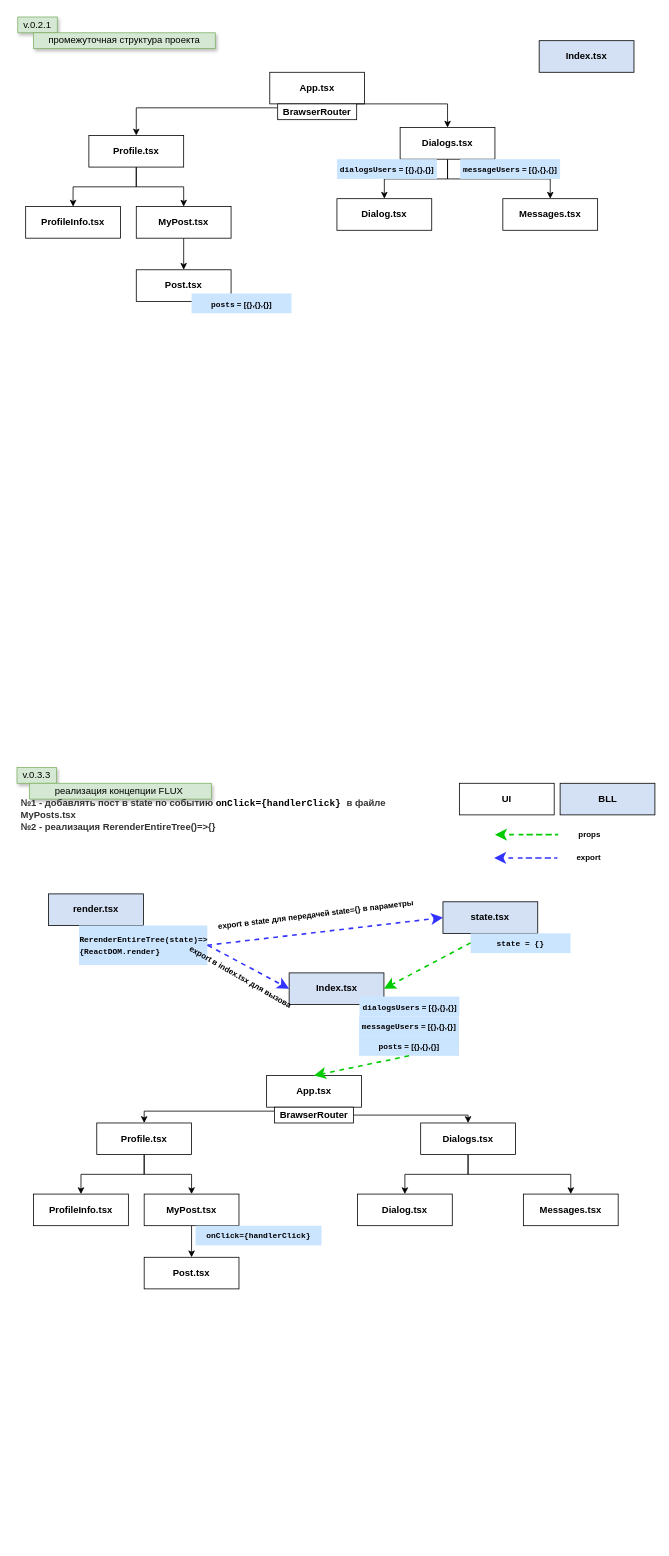
This is Untitled Diagram.drawio from AndrosovMA/Social_network, a draw.io file, before an edit. Source tidied: cells renumbered, new cells numbered last; positions are measured from the earlier drawing's top-left corner, leaving out a move shared by most shapes. Both pictures are drawn from the tidied source at 79%, with x=0, y=0 at pixel (17, 17).
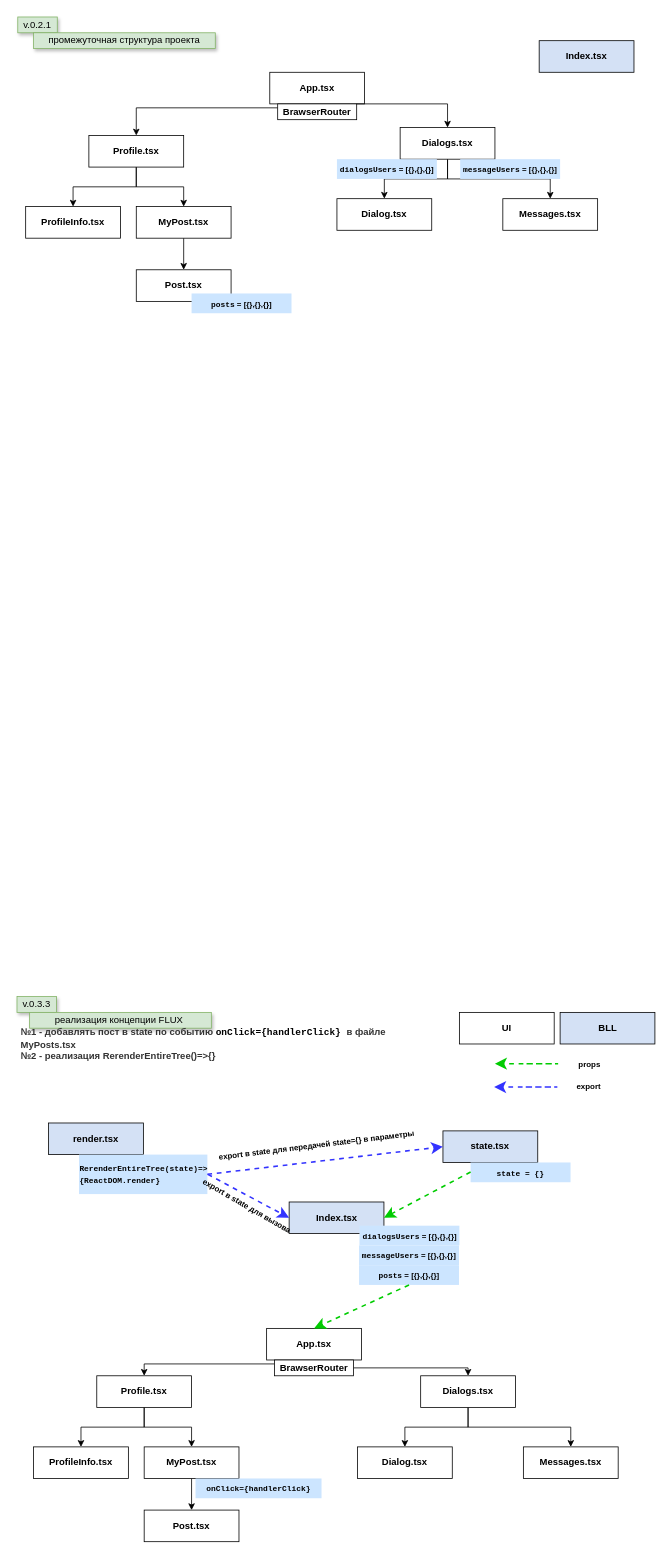
The same diagram, later.

The edit, as a diff of the source:
```diff
@@
     <mxCell id="24" value="v.0.3.3" style="text;html=1;strokeColor=#82b366;fillColor=#d5e8d4;align=center;verticalAlign=middle;whiteSpace=wrap;rounded=0;glass=0;shadow=1;" parent="1" vertex="1">
-      <mxGeometry y="950" width="50" height="20" as="geometry" />
+      <mxGeometry y="1240" width="50" height="20" as="geometry" />
     </mxCell>
     <mxCell id="25" value="реализация концепции FLUX&amp;nbsp;" style="text;html=1;strokeColor=#82b366;fillColor=#D5E8D4;align=center;verticalAlign=middle;whiteSpace=wrap;rounded=0;glass=0;shadow=1;" parent="1" vertex="1">
-      <mxGeometry x="16" y="970" width="230" height="20" as="geometry" />
+      <mxGeometry x="16" y="1260" width="230" height="20" as="geometry" />
     </mxCell>
     <mxCell id="26" value="&lt;b&gt;App.tsx&lt;/b&gt;" style="rounded=0;whiteSpace=wrap;html=1;fillColor=#FFFFFF;" parent="1" vertex="1">
-      <mxGeometry x="316" y="1340" width="120" height="40" as="geometry" />
+      <mxGeometry x="316" y="1660" width="120" height="40" as="geometry" />
     </mxCell>
@@
     <mxCell id="29" value="&lt;b&gt;Profile.tsx&lt;/b&gt;" style="rounded=0;whiteSpace=wrap;html=1;fillColor=#FFFFFF;" parent="1" vertex="1">
-      <mxGeometry x="101" y="1400" width="120" height="40" as="geometry" />
+      <mxGeometry x="101" y="1720" width="120" height="40" as="geometry" />
     </mxCell>
@@
     <mxCell id="32" value="&lt;b&gt;Dialogs.tsx&lt;/b&gt;" style="rounded=0;whiteSpace=wrap;html=1;fillColor=#FFFFFF;" parent="1" vertex="1">
-      <mxGeometry x="511" y="1400" width="120" height="40" as="geometry" />
+      <mxGeometry x="511" y="1720" width="120" height="40" as="geometry" />
     </mxCell>
     <mxCell id="33" style="edgeStyle=orthogonalEdgeStyle;rounded=0;jettySize=auto;html=1;exitX=0;exitY=0.25;exitDx=0;exitDy=0;entryX=0.5;entryY=0;entryDx=0;entryDy=0;fontSize=10;fontColor=#000000;" parent="1" edge="1" source="35" target="29">
       <mxGeometry relative="1" as="geometry">
         <Array as="points">
-          <mxPoint x="161" y="1385" />
+          <mxPoint x="161" y="1705" />
         </Array>
       </mxGeometry>
     </mxCell>
     <mxCell id="34" style="edgeStyle=orthogonalEdgeStyle;rounded=0;jettySize=auto;html=1;exitX=1;exitY=0.5;exitDx=0;exitDy=0;entryX=0.5;entryY=0;entryDx=0;entryDy=0;fontSize=10;fontColor=#000000;" parent="1" edge="1" source="35" target="32">
       <mxGeometry relative="1" as="geometry">
         <Array as="points">
-          <mxPoint x="571" y="1390" />
+          <mxPoint x="571" y="1710" />
         </Array>
       </mxGeometry>
     </mxCell>
     <mxCell id="35" value="&lt;b&gt;BrawserRouter&lt;/b&gt;" style="rounded=0;whiteSpace=wrap;html=1;fillColor=#FFFFFF;" parent="1" vertex="1">
-      <mxGeometry x="326" y="1380" width="100" height="20" as="geometry" />
+      <mxGeometry x="326" y="1700" width="100" height="20" as="geometry" />
     </mxCell>
     <mxCell id="36" value="&lt;b&gt;Index.tsx&lt;/b&gt;" style="rounded=0;whiteSpace=wrap;html=1;fillColor=#D4E1F5;shadow=0;strokeColor=#000000;" parent="1" vertex="1">
-      <mxGeometry x="344.5" y="1210" width="120" height="40" as="geometry" />
+      <mxGeometry x="344.5" y="1500" width="120" height="40" as="geometry" />
     </mxCell>
     <mxCell id="37" value="&lt;b&gt;ProfileInfo.tsx&lt;/b&gt;" style="rounded=0;whiteSpace=wrap;html=1;fillColor=#FFFFFF;" parent="1" vertex="1">
-      <mxGeometry x="21" y="1490" width="120" height="40" as="geometry" />
+      <mxGeometry x="21" y="1810" width="120" height="40" as="geometry" />
     </mxCell>
@@
     <mxCell id="39" value="&lt;b&gt;MyPost.tsx&lt;/b&gt;" style="rounded=0;whiteSpace=wrap;html=1;fillColor=#FFFFFF;" parent="1" vertex="1">
-      <mxGeometry x="161" y="1490" width="120" height="40" as="geometry" />
+      <mxGeometry x="161" y="1810" width="120" height="40" as="geometry" />
     </mxCell>
     <mxCell id="40" value="&lt;b&gt;Post.tsx&lt;/b&gt;" style="rounded=0;whiteSpace=wrap;html=1;fillColor=#FFFFFF;" parent="1" vertex="1">
-      <mxGeometry x="161" y="1570" width="120" height="40" as="geometry" />
+      <mxGeometry x="161" y="1890" width="120" height="40" as="geometry" />
     </mxCell>
     <mxCell id="41" value="&lt;b&gt;Dialog.tsx&lt;/b&gt;" style="rounded=0;whiteSpace=wrap;html=1;fillColor=#FFFFFF;" parent="1" vertex="1">
-      <mxGeometry x="431" y="1490" width="120" height="40" as="geometry" />
+      <mxGeometry x="431" y="1810" width="120" height="40" as="geometry" />
     </mxCell>
     <mxCell id="42" value="&lt;b&gt;Messages.tsx&lt;/b&gt;" style="rounded=0;whiteSpace=wrap;html=1;fillColor=#FFFFFF;" parent="1" vertex="1">
-      <mxGeometry x="641" y="1490" width="120" height="40" as="geometry" />
+      <mxGeometry x="641" y="1810" width="120" height="40" as="geometry" />
     </mxCell>
     <mxCell id="43" value="&lt;b&gt;&lt;font style=&quot;font-size: 10px&quot;&gt;&lt;span style=&quot;font-family: &amp;#34;jetbrains mono&amp;#34; , monospace&quot;&gt;dialogsUsers&lt;/span&gt;&amp;nbsp;= [{},{},{}]&lt;/font&gt;&lt;/b&gt;" style="rounded=0;whiteSpace=wrap;html=1;shadow=0;strokeColor=none;fillColor=#CCE5FF;" parent="1" vertex="1">
-      <mxGeometry x="433.5" y="1240" width="126.5" height="25" as="geometry" />
+      <mxGeometry x="433.5" y="1530" width="126.5" height="25" as="geometry" />
     </mxCell>
     <mxCell id="44" value="&lt;b&gt;&lt;font style=&quot;font-size: 10px&quot;&gt;&lt;span style=&quot;font-family: &amp;#34;jetbrains mono&amp;#34; , monospace&quot;&gt;messageUsers&lt;/span&gt;&amp;nbsp;= [{},{},{}]&lt;/font&gt;&lt;/b&gt;" style="rounded=0;whiteSpace=wrap;html=1;shadow=0;strokeColor=none;fillColor=#CCE5FF;" parent="1" vertex="1">
-      <mxGeometry x="433" y="1265" width="126.5" height="25" as="geometry" />
+      <mxGeometry x="433" y="1555" width="126.5" height="25" as="geometry" />
     </mxCell>
     <mxCell id="45" value="&lt;b&gt;&lt;font style=&quot;font-size: 10px&quot;&gt;&lt;font face=&quot;jetbrains mono, monospace&quot;&gt;posts&lt;/font&gt; = [{},{},{}]&lt;/font&gt;&lt;/b&gt;" style="rounded=0;whiteSpace=wrap;html=1;shadow=0;strokeColor=none;fillColor=#CCE5FF;" parent="1" vertex="1">
-      <mxGeometry x="433" y="1290" width="126.5" height="25" as="geometry" />
+      <mxGeometry x="433" y="1580" width="126.5" height="25" as="geometry" />
     </mxCell>
     <mxCell id="46" value="&lt;b&gt;state.tsx&lt;/b&gt;" style="rounded=0;whiteSpace=wrap;html=1;fillColor=#D4E1F5;shadow=0;strokeColor=#000000;" parent="1" vertex="1">
-      <mxGeometry x="539.2" y="1120" width="120" height="40" as="geometry" />
+      <mxGeometry x="539.2" y="1410" width="120" height="40" as="geometry" />
     </mxCell>
     <mxCell id="47" value="&lt;b&gt;№1 - добавлять пост в state по событию&amp;nbsp;&lt;/b&gt;&lt;b style=&quot;color: rgb(0 , 0 , 0) ; font-family: &amp;#34;jetbrains mono&amp;#34; , monospace&quot;&gt;onClick={handlerClick}&amp;nbsp;&lt;/b&gt;&lt;b&gt;в файле MyPosts.tsx&lt;br&gt;№2 - реализация RerenderEntireTree()=&amp;gt;{}&amp;nbsp;&amp;nbsp;&lt;br&gt;&lt;/b&gt;" style="text;html=1;strokeColor=none;fillColor=none;align=left;verticalAlign=middle;whiteSpace=wrap;rounded=0;labelBackgroundColor=none;labelBorderColor=none;fontFamily=Helvetica;fontSize=12;fontColor=#333333;" parent="1" vertex="1">
-      <mxGeometry x="2.5" y="990" width="529" height="40" as="geometry" />
+      <mxGeometry x="2.5" y="1280" width="529" height="40" as="geometry" />
     </mxCell>
     <mxCell id="48" value="&lt;b&gt;BLL&lt;/b&gt;" style="rounded=0;whiteSpace=wrap;html=1;fillColor=#D4E1F5;shadow=0;strokeColor=#000000;" parent="1" vertex="1">
-      <mxGeometry x="687.5" y="970" width="120" height="40" as="geometry" />
+      <mxGeometry x="687.5" y="1260" width="120" height="40" as="geometry" />
     </mxCell>
     <mxCell id="49" value="&lt;b&gt;UI&lt;/b&gt;" style="rounded=0;whiteSpace=wrap;html=1;fillColor=#FFFFFF;strokeColor=#000000;" parent="1" vertex="1">
-      <mxGeometry x="560" y="970" width="120" height="40" as="geometry" />
+      <mxGeometry x="560" y="1260" width="120" height="40" as="geometry" />
     </mxCell>
     <mxCell id="50" value="&lt;pre style=&quot;color: rgb(51 , 51 , 51) ; text-align: left ; font-family: &amp;#34;jetbrains mono&amp;#34; , monospace&quot;&gt;&lt;font color=&quot;#000000&quot; style=&quot;font-size: 10px&quot;&gt;&lt;b&gt;onClick={handlerClick}&lt;/b&gt;&lt;/font&gt;&lt;/pre&gt;" style="rounded=0;whiteSpace=wrap;html=1;shadow=0;strokeColor=none;fillColor=#CCE5FF;" parent="1" vertex="1">
-      <mxGeometry x="226" y="1530" width="159.5" height="25" as="geometry" />
+      <mxGeometry x="226" y="1850" width="159.5" height="25" as="geometry" />
     </mxCell>
     <mxCell id="51" value="&lt;font face=&quot;jetbrains mono, monospace&quot;&gt;&lt;span style=&quot;font-size: 10px&quot;&gt;&lt;b&gt;state = {}&lt;/b&gt;&lt;/span&gt;&lt;/font&gt;" style="rounded=0;whiteSpace=wrap;html=1;shadow=0;strokeColor=none;fillColor=#CCE5FF;" parent="1" vertex="1">
-      <mxGeometry x="574.2" y="1160" width="126.5" height="25" as="geometry" />
+      <mxGeometry x="574.2" y="1450" width="126.5" height="25" as="geometry" />
     </mxCell>
     <mxCell id="52" value="&lt;b&gt;render.tsx&lt;/b&gt;" style="rounded=0;whiteSpace=wrap;html=1;fillColor=#D4E1F5;shadow=0;strokeColor=#000000;" parent="1" vertex="1">
-      <mxGeometry x="40" y="1110" width="120" height="40" as="geometry" />
+      <mxGeometry x="40" y="1400" width="120" height="40" as="geometry" />
     </mxCell>
     <mxCell id="53" value="&lt;pre style=&quot;text-align: left ; font-family: &amp;#34;jetbrains mono&amp;#34; , monospace&quot;&gt;&lt;pre style=&quot;font-family: &amp;#34;jetbrains mono&amp;#34; , monospace&quot;&gt;&lt;b style=&quot;font-size: 10px ; white-space: normal&quot;&gt;RerenderEntireTree(state)=&amp;gt;&lt;/b&gt;&lt;br&gt;&lt;font style=&quot;white-space: normal ; font-size: 10px&quot;&gt;&lt;b&gt;{ReactDOM.render&lt;/b&gt;&lt;/font&gt;&lt;b style=&quot;font-size: 10px ; white-space: normal&quot;&gt;}&lt;/b&gt;&lt;br&gt;&lt;/pre&gt;&lt;/pre&gt;" style="rounded=0;whiteSpace=wrap;html=1;shadow=0;strokeColor=none;fillColor=#CCE5FF;" parent="1" vertex="1">
-      <mxGeometry x="78.5" y="1150" width="162.5" height="50" as="geometry" />
+      <mxGeometry x="78.5" y="1440" width="162.5" height="50" as="geometry" />
     </mxCell>
     <mxCell id="54" style="edgeStyle=none;rounded=0;orthogonalLoop=1;jettySize=auto;html=1;dashed=1;fontFamily=Helvetica;fontSize=12;fontColor=#333333;strokeColor=#00CC00;endSize=9;startSize=10;jumpSize=9;strokeWidth=2;" parent="1" edge="1">
       <mxGeometry relative="1" as="geometry">
-        <mxPoint x="645" y="1035" as="sourcePoint" />
-        <mxPoint x="605" y="1035" as="targetPoint" />
+        <mxPoint x="645" y="1325" as="sourcePoint" />
+        <mxPoint x="605" y="1325" as="targetPoint" />
         <Array as="points">
-          <mxPoint x="685" y="1035" />
+          <mxPoint x="685" y="1325" />
         </Array>
       </mxGeometry>
     </mxCell>
     <mxCell id="55" style="edgeStyle=none;rounded=0;orthogonalLoop=1;jettySize=auto;html=1;dashed=1;fontFamily=Helvetica;fontSize=12;fontColor=#333333;strokeColor=#3333FF;endSize=9;startSize=10;jumpSize=9;strokeWidth=2;" parent="1" edge="1">
       <mxGeometry relative="1" as="geometry">
-        <mxPoint x="644" y="1064.5" as="sourcePoint" />
-        <mxPoint x="604" y="1064.5" as="targetPoint" />
+        <mxPoint x="644" y="1354.5" as="sourcePoint" />
+        <mxPoint x="604" y="1354.5" as="targetPoint" />
         <Array as="points">
-          <mxPoint x="684" y="1064.5" />
+          <mxPoint x="684" y="1354.5" />
         </Array>
       </mxGeometry>
     </mxCell>
     <mxCell id="56" value="&lt;b&gt;props&lt;/b&gt;" style="text;html=1;strokeColor=none;fillColor=none;align=center;verticalAlign=middle;whiteSpace=wrap;rounded=0;labelBackgroundColor=none;labelBorderColor=none;fontFamily=Helvetica;fontSize=10;fontColor=#000000;" parent="1" vertex="1">
-      <mxGeometry x="695" y="1020" width="60" height="30" as="geometry" />
+      <mxGeometry x="695" y="1310" width="60" height="30" as="geometry" />
     </mxCell>
     <mxCell id="57" value="&lt;b&gt;export&lt;/b&gt;" style="text;html=1;strokeColor=none;fillColor=none;align=center;verticalAlign=middle;whiteSpace=wrap;rounded=0;labelBackgroundColor=none;labelBorderColor=none;fontFamily=Helvetica;fontSize=10;fontColor=#000000;" parent="1" vertex="1">
-      <mxGeometry x="694" y="1048" width="60" height="30" as="geometry" />
+      <mxGeometry x="694" y="1338" width="60" height="30" as="geometry" />
     </mxCell>
     <mxCell id="58" style="edgeStyle=none;rounded=0;jettySize=auto;html=1;dashed=1;fontFamily=Helvetica;fontSize=12;fontColor=#333333;strokeColor=#3333FF;endSize=9;startSize=10;jumpSize=9;strokeWidth=2;entryX=0;entryY=0.5;entryDx=0;entryDy=0;" parent="1" edge="1" target="46">
       <mxGeometry relative="1" as="geometry">
-        <mxPoint x="241" y="1175" as="sourcePoint" />
+        <mxPoint x="241" y="1465" as="sourcePoint" />
         <Array as="points">
-          <mxPoint x="241" y="1175" />
+          <mxPoint x="241" y="1465" />
         </Array>
       </mxGeometry>
     </mxCell>
     <mxCell id="59" style="edgeStyle=none;rounded=0;jettySize=auto;html=1;dashed=1;fontFamily=Helvetica;fontSize=12;fontColor=#333333;strokeColor=#3333FF;endSize=9;startSize=10;jumpSize=9;strokeWidth=2;entryX=0;entryY=0.5;entryDx=0;entryDy=0;" parent="1" edge="1" target="36">
       <mxGeometry relative="1" as="geometry">
-        <mxPoint x="241.5" y="1175" as="sourcePoint" />
+        <mxPoint x="241.5" y="1465" as="sourcePoint" />
         <Array as="points">
-          <mxPoint x="241.5" y="1175" />
+          <mxPoint x="241.5" y="1465" />
         </Array>
       </mxGeometry>
     </mxCell>
     <mxCell id="60" value="&lt;b&gt;export в state для передачей state={} в параметры&lt;/b&gt;" style="text;html=1;strokeColor=none;fillColor=none;align=center;verticalAlign=middle;whiteSpace=wrap;rounded=0;labelBackgroundColor=none;labelBorderColor=none;fontFamily=Helvetica;fontSize=10;fontColor=#000000;rotation=-7;" parent="1" vertex="1">
-      <mxGeometry x="251.5" y="1121" width="253" height="30" as="geometry" />
+      <mxGeometry x="252.5" y="1413" width="253" height="30" as="geometry" />
     </mxCell>
     <mxCell id="61" style="edgeStyle=none;rounded=0;jettySize=auto;html=1;dashed=1;fontFamily=Helvetica;fontSize=12;fontColor=#333333;strokeColor=#00CC00;endSize=9;startSize=10;jumpSize=9;strokeWidth=2;entryX=1;entryY=0.5;entryDx=0;entryDy=0;" parent="1" edge="1" target="36">
       <mxGeometry relative="1" as="geometry">
-        <mxPoint x="574.2" y="1172" as="sourcePoint" />
+        <mxPoint x="574.2" y="1462" as="sourcePoint" />
       </mxGeometry>
     </mxCell>
@@
-    <mxCell id="63" value="&lt;b&gt;export в index.tsx для вызова&lt;/b&gt;" style="text;html=1;strokeColor=none;fillColor=none;align=center;verticalAlign=middle;whiteSpace=wrap;rounded=0;labelBackgroundColor=none;labelBorderColor=none;fontFamily=Helvetica;fontSize=10;fontColor=#000000;rotation=30;" parent="1" vertex="1">
-      <mxGeometry x="184" y="1200" width="199" height="30" as="geometry" />
+    <mxCell id="63" value="&lt;b&gt;export в state для вызова&lt;/b&gt;" style="text;html=1;strokeColor=none;fillColor=none;align=center;verticalAlign=middle;whiteSpace=wrap;rounded=0;labelBackgroundColor=none;labelBorderColor=none;fontFamily=Helvetica;fontSize=10;fontColor=#000000;rotation=30;" parent="1" vertex="1">
+      <mxGeometry x="192" y="1490" width="199" height="30" as="geometry" />
     </mxCell>
```
